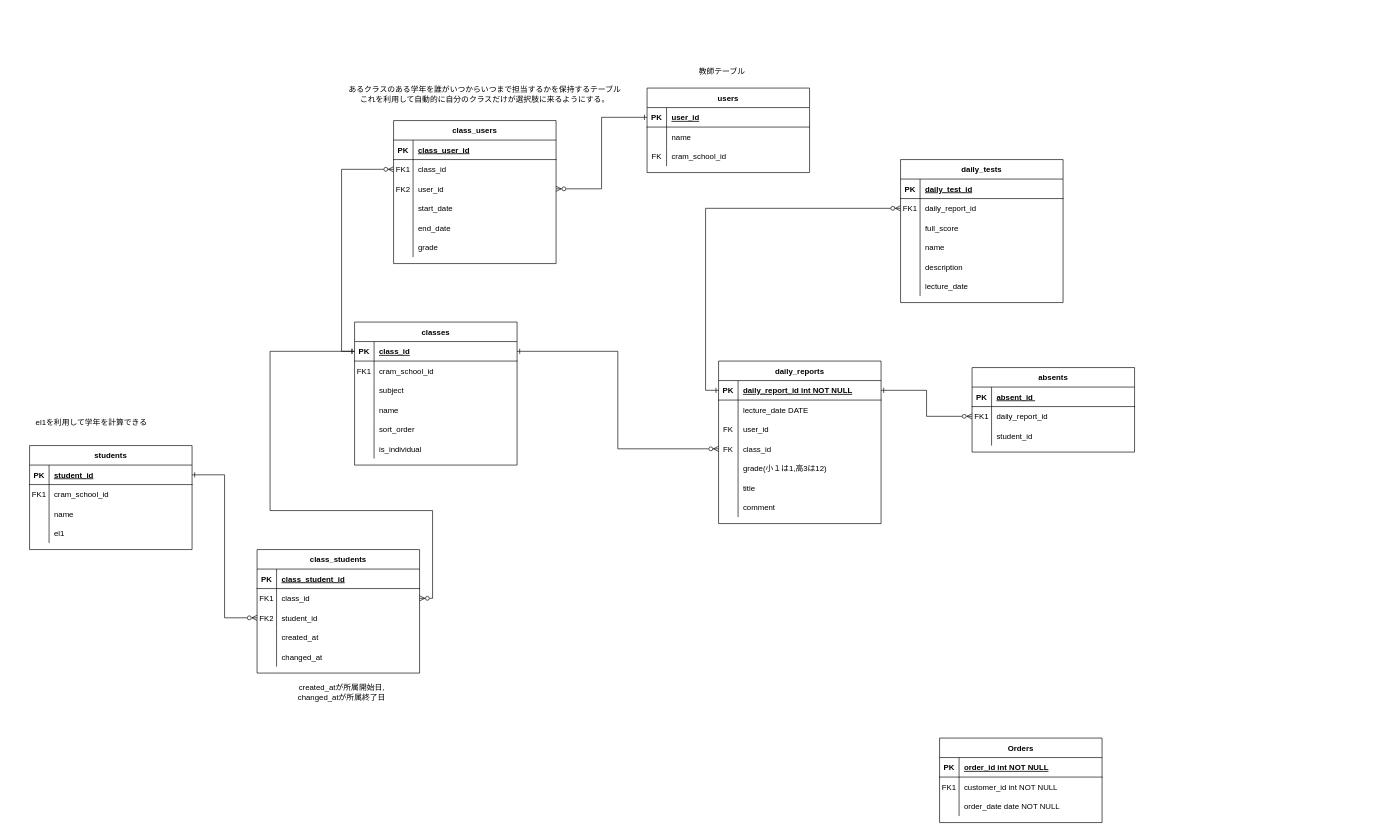
Earlier version of the draw.io diagram daily_report_ER_diagram.drawio (satoru817/4eachkeijiban). Source tidied: cells renumbered, new cells numbered last; positions are measured from the earlier drawing's top-left corner, leaving out a move shared by most shapes. Both pictures are drawn from the tidied source at 65%, with x=0, y=0 at pixel (29, 62).
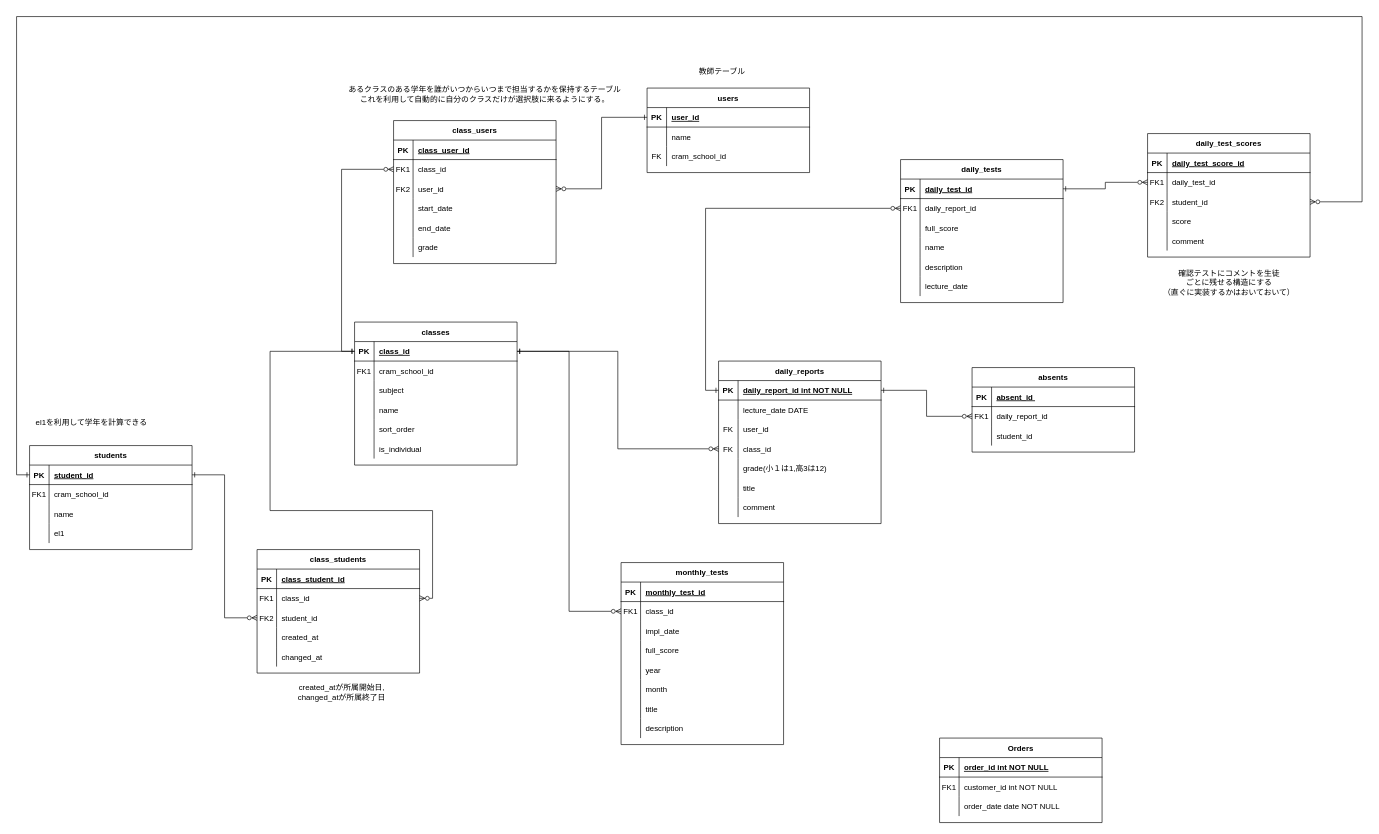
The same page after the edit.

Commit message (it also covers changes not shown here):
daily_report_ER_diagram.drawio を更新します

The change refers to these unchanged cells:
```xml
<mxCell id="46" style="shape=partialRectangle;fillColor=none;points=[[0,0.5],[1,0.5]];portConstraint=eastwest;top=0;left=0;right=0;bottom=1;" parent="45" vertex="1">
  <mxGeometry y="30" width="250" height="30" as="geometry" />
</mxCell>
<mxCell id="65" style="shape=partialRectangle;fillColor=none;points=[[0,0.5],[1,0.5]];portConstraint=eastwest;top=0;left=0;right=0;bottom=1;" parent="64" vertex="1">
  <mxGeometry y="30" width="250" height="30" as="geometry" />
</mxCell>
<mxCell id="117" style="shape=partialRectangle;fillColor=none;points=[[0,0.5],[1,0.5]];portConstraint=eastwest;top=0;left=0;right=0;bottom=1;" parent="116" vertex="1">
  <mxGeometry y="30" width="250" height="30" as="geometry" />
</mxCell>
```

Change to the diagram source:
```diff
@@
+    <mxCell id="151" value="daily_test_scores" style="shape=table;startSize=30;childLayout=tableLayout;rowLines=0;fontStyle=1;align=center;" parent="1" vertex="1">
+      <mxGeometry x="1720" y="110" width="250" height="190" as="geometry" />
+    </mxCell>
+    <mxCell id="152" style="shape=partialRectangle;fillColor=none;top=0;left=0;right=0;bottom=1;" parent="151" vertex="1">
+      <mxGeometry y="30" width="250" height="30" as="geometry" />
+    </mxCell>
+    <mxCell id="153" value="PK" style="shape=partialRectangle;overflow=hidden;fillColor=none;top=0;left=0;bottom=0;right=0;fontStyle=1;" parent="152" vertex="1">
+      <mxGeometry width="30" height="30" as="geometry" />
+    </mxCell>
+    <mxCell id="154" value="daily_test_score_id" style="shape=partialRectangle;overflow=hidden;fillColor=none;top=0;left=0;bottom=0;right=0;align=left;spacingLeft=6;fontStyle=5;" parent="152" vertex="1">
+      <mxGeometry x="30" width="220" height="30" as="geometry" />
+    </mxCell>
+    <mxCell id="155" style="shape=partialRectangle;fillColor=none;points=[[0,0.5],[1,0.5]];portConstraint=eastwest;top=0;left=0;right=0;bottom=0;" parent="151" vertex="1">
+      <mxGeometry y="60" width="250" height="30" as="geometry" />
+    </mxCell>
+    <mxCell id="156" value="FK1" style="shape=partialRectangle;overflow=hidden;fillColor=none;top=0;left=0;bottom=0;right=0;" parent="155" vertex="1">
+      <mxGeometry width="30" height="30" as="geometry" />
+    </mxCell>
+    <mxCell id="157" value="daily_test_id" style="shape=partialRectangle;overflow=hidden;fillColor=none;top=0;left=0;bottom=0;right=0;align=left;spacingLeft=6;" parent="155" vertex="1">
+      <mxGeometry x="30" width="220" height="30" as="geometry" />
+    </mxCell>
+    <mxCell id="158" style="shape=partialRectangle;fillColor=none;points=[[0,0.5],[1,0.5]];portConstraint=eastwest;top=0;left=0;right=0;bottom=0;" parent="151" vertex="1">
+      <mxGeometry y="90" width="250" height="30" as="geometry" />
+    </mxCell>
+    <mxCell id="159" value="FK2" style="shape=partialRectangle;overflow=hidden;fillColor=none;top=0;left=0;bottom=0;right=0;" parent="158" vertex="1">
+      <mxGeometry width="30" height="30" as="geometry" />
+    </mxCell>
+    <mxCell id="160" value="student_id" style="shape=partialRectangle;overflow=hidden;fillColor=none;top=0;left=0;bottom=0;right=0;align=left;spacingLeft=6;" parent="158" vertex="1">
+      <mxGeometry x="30" width="220" height="30" as="geometry" />
+    </mxCell>
+    <mxCell id="161" style="shape=partialRectangle;fillColor=none;top=0;left=0;right=0;bottom=0;" parent="151" vertex="1">
+      <mxGeometry y="120" width="250" height="30" as="geometry" />
+    </mxCell>
+    <mxCell id="162" style="shape=partialRectangle;overflow=hidden;fillColor=none;top=0;left=0;bottom=0;right=0;" parent="161" vertex="1">
+      <mxGeometry width="30" height="30" as="geometry" />
+    </mxCell>
+    <mxCell id="163" value="score" style="shape=partialRectangle;overflow=hidden;fillColor=none;top=0;left=0;bottom=0;right=0;align=left;spacingLeft=6;" parent="161" vertex="1">
+      <mxGeometry x="30" width="220" height="30" as="geometry" />
+    </mxCell>
+    <mxCell id="164" style="shape=partialRectangle;fillColor=none;top=0;left=0;right=0;bottom=0;" parent="151" vertex="1">
+      <mxGeometry y="150" width="250" height="30" as="geometry" />
+    </mxCell>
+    <mxCell id="165" style="shape=partialRectangle;overflow=hidden;fillColor=none;top=0;left=0;bottom=0;right=0;" parent="164" vertex="1">
+      <mxGeometry width="30" height="30" as="geometry" />
+    </mxCell>
+    <mxCell id="166" value="comment" style="shape=partialRectangle;overflow=hidden;fillColor=none;top=0;left=0;bottom=0;right=0;align=left;spacingLeft=6;" parent="164" vertex="1">
+      <mxGeometry x="30" width="220" height="30" as="geometry" />
+    </mxCell>
+    <mxCell id="167" style="edgeStyle=orthogonalEdgeStyle;rounded=0;jettySize=auto;html=1;exitX=0;exitY=0.5;exitDx=0;exitDy=0;entryX=1;entryY=0.5;entryDx=0;entryDy=0;endArrow=ERone;endFill=0;startArrow=ERzeroToMany;startFill=0;" parent="1" edge="1" source="155" target="46">
+      <mxGeometry relative="1" as="geometry" />
+    </mxCell>
+    <mxCell id="168" style="edgeStyle=orthogonalEdgeStyle;rounded=0;jettySize=auto;html=1;exitX=0;exitY=0.5;exitDx=0;exitDy=0;endArrow=ERzeroToMany;endFill=0;startArrow=ERone;startFill=0;" parent="1" edge="1" source="117" target="158">
+      <mxGeometry relative="1" as="geometry">
+        <Array as="points">
+          <mxPoint x="-20" y="635" />
+          <mxPoint x="-20" y="-70" />
+          <mxPoint x="2050" y="-70" />
+          <mxPoint x="2050" y="215" />
+        </Array>
+      </mxGeometry>
+    </mxCell>
+    <mxCell id="169" value="確認テストにコメントを生徒&lt;div&gt;ごとに残せる構造にする&lt;/div&gt;&lt;div&gt;（直ぐに実装するかはおいておいて）&lt;/div&gt;" style="text;html=1;align=center;verticalAlign=middle;strokeColor=none;fillColor=none;" parent="1" vertex="1">
+      <mxGeometry x="1730" y="310" width="230" height="60" as="geometry" />
+    </mxCell>
+    <mxCell id="170" value="monthly_tests" style="shape=table;startSize=30;childLayout=tableLayout;rowLines=0;fontStyle=1;align=center;" parent="1" vertex="1">
+      <mxGeometry x="910" y="770" width="250" height="280" as="geometry" />
+    </mxCell>
+    <mxCell id="171" style="shape=partialRectangle;fillColor=none;top=0;left=0;right=0;bottom=1;" parent="170" vertex="1">
+      <mxGeometry y="30" width="250" height="30" as="geometry" />
+    </mxCell>
+    <mxCell id="172" value="PK" style="shape=partialRectangle;overflow=hidden;fillColor=none;top=0;left=0;bottom=0;right=0;fontStyle=1;" parent="171" vertex="1">
+      <mxGeometry width="30" height="30" as="geometry" />
+    </mxCell>
+    <mxCell id="173" value="monthly_test_id" style="shape=partialRectangle;overflow=hidden;fillColor=none;top=0;left=0;bottom=0;right=0;align=left;spacingLeft=6;fontStyle=5;" parent="171" vertex="1">
+      <mxGeometry x="30" width="220" height="30" as="geometry" />
+    </mxCell>
+    <mxCell id="174" style="shape=partialRectangle;fillColor=none;points=[[0,0.5],[1,0.5]];portConstraint=eastwest;top=0;left=0;right=0;bottom=0;" parent="170" vertex="1">
+      <mxGeometry y="60" width="250" height="30" as="geometry" />
+    </mxCell>
+    <mxCell id="175" value="FK1" style="shape=partialRectangle;overflow=hidden;fillColor=none;top=0;left=0;bottom=0;right=0;" parent="174" vertex="1">
+      <mxGeometry width="30" height="30" as="geometry" />
+    </mxCell>
+    <mxCell id="176" value="class_id" style="shape=partialRectangle;overflow=hidden;fillColor=none;top=0;left=0;bottom=0;right=0;align=left;spacingLeft=6;" parent="174" vertex="1">
+      <mxGeometry x="30" width="220" height="30" as="geometry" />
+    </mxCell>
+    <mxCell id="177" style="shape=partialRectangle;fillColor=none;top=0;left=0;right=0;bottom=0;" parent="170" vertex="1">
+      <mxGeometry y="90" width="250" height="30" as="geometry" />
+    </mxCell>
+    <mxCell id="178" style="shape=partialRectangle;overflow=hidden;fillColor=none;top=0;left=0;bottom=0;right=0;" parent="177" vertex="1">
+      <mxGeometry width="30" height="30" as="geometry" />
+    </mxCell>
+    <mxCell id="179" value="impl_date" style="shape=partialRectangle;overflow=hidden;fillColor=none;top=0;left=0;bottom=0;right=0;align=left;spacingLeft=6;" parent="177" vertex="1">
+      <mxGeometry x="30" width="220" height="30" as="geometry" />
+    </mxCell>
+    <mxCell id="180" style="shape=partialRectangle;fillColor=none;top=0;left=0;right=0;bottom=0;" parent="170" vertex="1">
+      <mxGeometry y="120" width="250" height="30" as="geometry" />
+    </mxCell>
+    <mxCell id="181" style="shape=partialRectangle;overflow=hidden;fillColor=none;top=0;left=0;bottom=0;right=0;" parent="180" vertex="1">
+      <mxGeometry width="30" height="30" as="geometry" />
+    </mxCell>
+    <mxCell id="182" value="full_score" style="shape=partialRectangle;overflow=hidden;fillColor=none;top=0;left=0;bottom=0;right=0;align=left;spacingLeft=6;" parent="180" vertex="1">
+      <mxGeometry x="30" width="220" height="30" as="geometry" />
+    </mxCell>
+    <mxCell id="183" style="shape=partialRectangle;fillColor=none;top=0;left=0;right=0;bottom=0;" parent="170" vertex="1">
+      <mxGeometry y="150" width="250" height="30" as="geometry" />
+    </mxCell>
+    <mxCell id="184" style="shape=partialRectangle;overflow=hidden;fillColor=none;top=0;left=0;bottom=0;right=0;" parent="183" vertex="1">
+      <mxGeometry width="30" height="30" as="geometry" />
+    </mxCell>
+    <mxCell id="185" value="year" style="shape=partialRectangle;overflow=hidden;fillColor=none;top=0;left=0;bottom=0;right=0;align=left;spacingLeft=6;" parent="183" vertex="1">
+      <mxGeometry x="30" width="220" height="30" as="geometry" />
+    </mxCell>
+    <mxCell id="186" style="shape=partialRectangle;fillColor=none;top=0;left=0;right=0;bottom=0;" parent="170" vertex="1">
+      <mxGeometry y="180" width="250" height="30" as="geometry" />
+    </mxCell>
+    <mxCell id="187" style="shape=partialRectangle;overflow=hidden;fillColor=none;top=0;left=0;bottom=0;right=0;" parent="186" vertex="1">
+      <mxGeometry width="30" height="30" as="geometry" />
+    </mxCell>
+    <mxCell id="188" value="month" style="shape=partialRectangle;overflow=hidden;fillColor=none;top=0;left=0;bottom=0;right=0;align=left;spacingLeft=6;" parent="186" vertex="1">
+      <mxGeometry x="30" width="220" height="30" as="geometry" />
+    </mxCell>
+    <mxCell id="189" style="shape=partialRectangle;fillColor=none;top=0;left=0;right=0;bottom=0;" parent="170" vertex="1">
+      <mxGeometry y="210" width="250" height="30" as="geometry" />
+    </mxCell>
+    <mxCell id="190" style="shape=partialRectangle;overflow=hidden;fillColor=none;top=0;left=0;bottom=0;right=0;" parent="189" vertex="1">
+      <mxGeometry width="30" height="30" as="geometry" />
+    </mxCell>
+    <mxCell id="191" value="title" style="shape=partialRectangle;overflow=hidden;fillColor=none;top=0;left=0;bottom=0;right=0;align=left;spacingLeft=6;" parent="189" vertex="1">
+      <mxGeometry x="30" width="220" height="30" as="geometry" />
+    </mxCell>
+    <mxCell id="192" style="shape=partialRectangle;fillColor=none;top=0;left=0;right=0;bottom=0;" parent="170" vertex="1">
+      <mxGeometry y="240" width="250" height="30" as="geometry" />
+    </mxCell>
+    <mxCell id="193" style="shape=partialRectangle;overflow=hidden;fillColor=none;top=0;left=0;bottom=0;right=0;" parent="192" vertex="1">
+      <mxGeometry width="30" height="30" as="geometry" />
+    </mxCell>
+    <mxCell id="194" value="description" style="shape=partialRectangle;overflow=hidden;fillColor=none;top=0;left=0;bottom=0;right=0;align=left;spacingLeft=6;" parent="192" vertex="1">
+      <mxGeometry x="30" width="220" height="30" as="geometry" />
+    </mxCell>
+    <mxCell id="195" style="edgeStyle=orthogonalEdgeStyle;rounded=0;jettySize=auto;html=1;exitX=0;exitY=0.5;exitDx=0;exitDy=0;endArrow=ERone;endFill=0;startArrow=ERzeroToMany;startFill=0;" parent="1" edge="1" source="174" target="65">
+      <mxGeometry relative="1" as="geometry" />
+    </mxCell>
```
